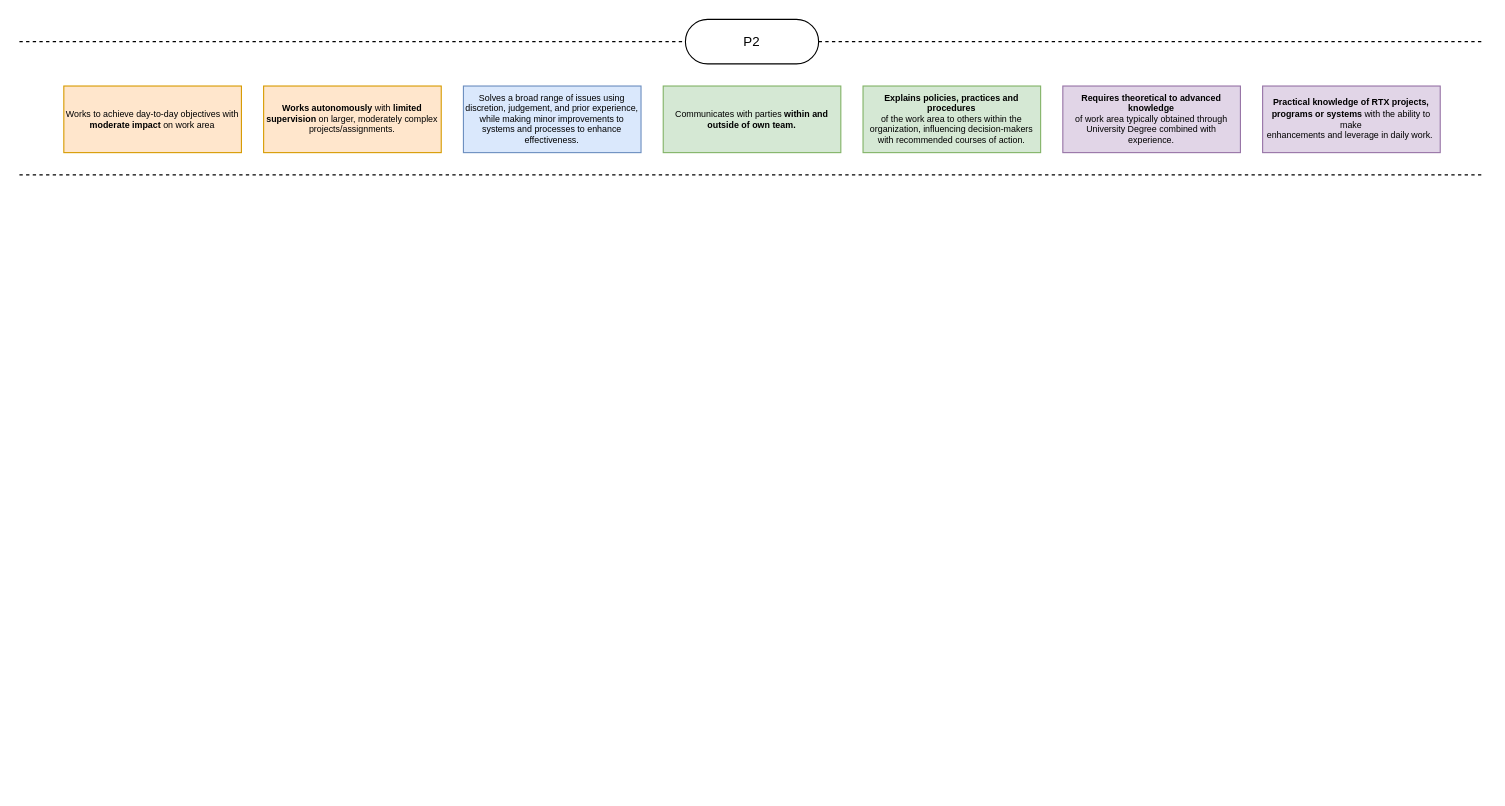
The draw.io diagram IDP.drawio in blythdsabl/drawio, before the edit. Source tidied: cells renumbered, new cells numbered last; positions are measured from the earlier drawing's top-left corner, leaving out a move shared by most shapes. Both pictures are drawn from the tidied source at 111%, with x=0, y=0 at pixel (19, 19).
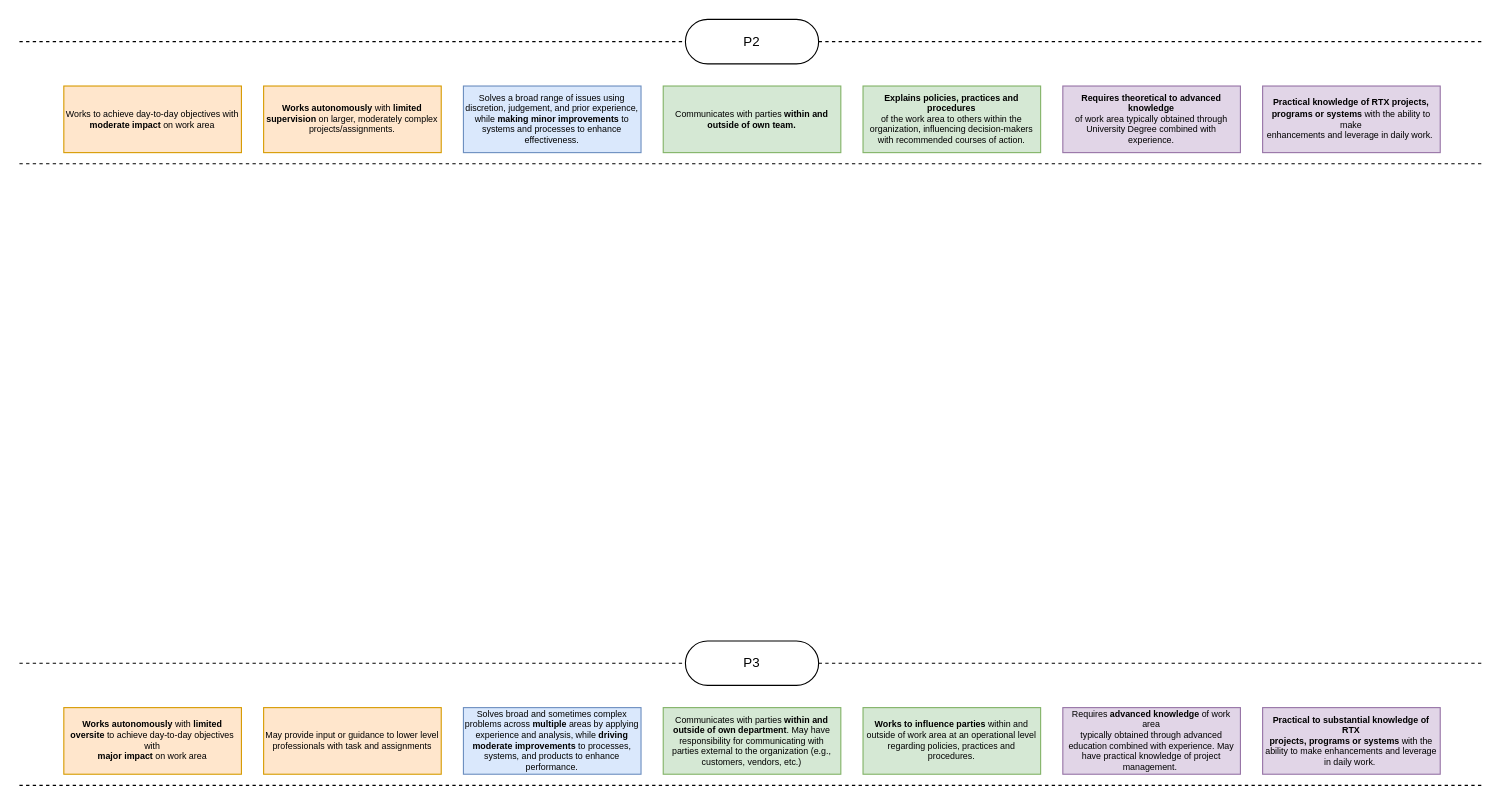
The same diagram, later.

Change to the diagram source:
```diff
@@
-    <mxCell id="4" value="Solves a broad range of issues using discretion, judgement, and prior experience, while making minor improvements to systems and processes to enhance effectiveness." style="rounded=0;whiteSpace=wrap;html=1;fontSize=8;fillColor=#dae8fc;strokeColor=#6c8ebf;" parent="1" vertex="1">
+    <mxCell id="4" value="Solves a broad range of issues using discretion, judgement, and prior experience, while &lt;b&gt;making minor improvements&lt;/b&gt; to systems and processes to enhance effectiveness." style="rounded=0;whiteSpace=wrap;html=1;fontSize=8;fillColor=#dae8fc;strokeColor=#6c8ebf;" parent="1" vertex="1">
       <mxGeometry x="400" y="60" width="160" height="60" as="geometry" />
     </mxCell>
@@
     <mxCell id="10" style="endArrow=none;dashed=1;html=1;rounded=0;" parent="1" edge="1">
       <mxGeometry relative="1" as="geometry">
-        <mxPoint y="140" as="sourcePoint" />
-        <mxPoint x="1320" y="140" as="targetPoint" />
+        <mxPoint y="130" as="sourcePoint" />
+        <mxPoint x="1320" y="130" as="targetPoint" />
       </mxGeometry>
     </mxCell>
@@
+    <mxCell id="13" value="&lt;b&gt;Works autonomously&lt;/b&gt; with &lt;b&gt;limited&lt;br&gt;oversite&amp;nbsp;&lt;/b&gt;to achieve day-to-day objectives with&lt;br&gt;&lt;b&gt;major impact&lt;/b&gt; on work area" style="rounded=0;whiteSpace=wrap;html=1;fontSize=8;fillColor=#ffe6cc;strokeColor=#d79b00;" parent="1" vertex="1">
+      <mxGeometry x="40" y="620" width="160" height="60" as="geometry" />
+    </mxCell>
+    <mxCell id="14" style="endArrow=none;dashed=1;html=1;rounded=0;" parent="1" edge="1" source="17">
+      <mxGeometry relative="1" as="geometry">
+        <mxPoint x="1320" y="580" as="targetPoint" />
+      </mxGeometry>
+    </mxCell>
+    <mxCell id="15" style="endArrow=none;dashed=1;html=1;rounded=0;" parent="1" edge="1">
+      <mxGeometry relative="1" as="geometry">
+        <mxPoint y="690" as="sourcePoint" />
+        <mxPoint x="1320" y="690" as="targetPoint" />
+      </mxGeometry>
+    </mxCell>
+    <mxCell id="16" style="endArrow=none;dashed=1;html=1;rounded=0;" parent="1" edge="1" target="17">
+      <mxGeometry relative="1" as="geometry">
+        <mxPoint y="580" as="sourcePoint" />
+      </mxGeometry>
+    </mxCell>
+    <mxCell id="17" value="P3" style="rounded=1;whiteSpace=wrap;html=1;arcSize=50;" parent="1" vertex="1">
+      <mxGeometry x="600" y="560" width="120" height="40" as="geometry" />
+    </mxCell>
+    <mxCell id="18" value="May provide input or guidance to lower level professionals with task and assignments" style="rounded=0;whiteSpace=wrap;html=1;fontSize=8;fillColor=#ffe6cc;strokeColor=#d79b00;" parent="1" vertex="1">
+      <mxGeometry x="220" y="620" width="160" height="60" as="geometry" />
+    </mxCell>
+    <mxCell id="19" value="&lt;div class=&quot;qMYqUG_convSearchResultHighlightRoot&quot;&gt;&lt;div class=&quot;&quot;&gt;&lt;section class=&quot;text-token-text-primary w-full focus:outline-none has-data-writing-block:pointer-events-none [&amp;amp;:has([data-writing-block])&amp;gt;*]:pointer-events-auto R6Vx5W_threadScrollVars scroll-mb-[calc(var(--scroll-root-safe-area-inset-bottom,0px)+var(--thread-response-height))] scroll-mt-[calc(var(--header-height)+min(200px,max(70px,20svh)))]&quot; dir=&quot;auto&quot;&gt;&lt;div class=&quot;text-base my-auto mx-auto pb-10 [--thread-content-margin:var(--thread-content-margin-xs,calc(var(--spacing)*4))] @w-sm/main:[--thread-content-margin:var(--thread-content-margin-sm,calc(var(--spacing)*6))] @w-lg/main:[--thread-content-margin:var(--thread-content-margin-lg,calc(var(--spacing)*16))] px-(--thread-content-margin)&quot;&gt;&lt;div class=&quot;[--thread-content-max-width:40rem] @w-lg/main:[--thread-content-max-width:48rem] mx-auto max-w-(--thread-content-max-width) flex-1 group/turn-messages focus-visible:outline-hidden relative flex w-full min-w-0 flex-col agent-turn&quot;&gt;&lt;div class=&quot;flex max-w-full flex-col gap-4 grow&quot;&gt;&lt;div dir=&quot;auto&quot; tabindex=&quot;0&quot; class=&quot;min-h-8 text-message relative flex w-full flex-col items-end gap-2 text-start break-words whitespace-normal outline-none keyboard-focused:focus-ring [.text-message+&amp;amp;]:mt-1&quot;&gt;&lt;div class=&quot;flex w-full flex-col gap-1 empty:hidden&quot;&gt;&lt;div class=&quot;markdown prose dark:prose-invert wrap-break-word w-full dark markdown-new-styling&quot;&gt;&lt;p&gt;Solves broad and sometimes complex problems across &lt;b&gt;multiple &lt;/b&gt;areas by applying experience and analysis, while &lt;b&gt;driving moderate improvements&lt;/b&gt; to processes, systems, and products to enhance performance.&lt;/p&gt;&lt;/div&gt;&lt;/div&gt;&lt;/div&gt;&lt;/div&gt;&lt;div class=&quot;z-0 flex min-h-[46px] justify-start&quot;&gt;&lt;/div&gt;&lt;div class=&quot;mt-3 w-full empty:hidden&quot;&gt;&lt;div class=&quot;text-center&quot;&gt;&lt;/div&gt;&lt;/div&gt;&lt;/div&gt;&lt;/div&gt;&lt;/section&gt;&lt;/div&gt;&lt;/div&gt;&lt;div aria-hidden=&quot;true&quot; class=&quot;pointer-events-none -mt-px h-px translate-y-[calc(var(--scroll-root-safe-area-inset-bottom)-14*var(--spacing))]&quot;&gt;&lt;/div&gt;" style="rounded=0;whiteSpace=wrap;html=1;fontSize=8;fillColor=#dae8fc;strokeColor=#6c8ebf;" parent="1" vertex="1">
+      <mxGeometry x="400" y="620" width="160" height="60" as="geometry" />
+    </mxCell>
+    <mxCell id="20" value="Communicates with parties &lt;b&gt;within and&lt;br&gt;outside of own department&lt;/b&gt;. May have&lt;br&gt;responsibility for communicating with&lt;br&gt;parties external to the organization (e.g.,&lt;br&gt;customers, vendors, etc.)" style="rounded=0;whiteSpace=wrap;html=1;fontSize=8;fillColor=#d5e8d4;strokeColor=#82b366;" parent="1" vertex="1">
+      <mxGeometry x="580" y="620" width="160" height="60" as="geometry" />
+    </mxCell>
+    <mxCell id="21" value="&lt;b&gt;Works to influence parties&lt;/b&gt; within and&lt;br/&gt;outside of work area at an operational level&lt;br/&gt;regarding policies, practices and procedures." style="rounded=0;whiteSpace=wrap;html=1;fontSize=8;fillColor=#d5e8d4;strokeColor=#82b366;" parent="1" vertex="1">
+      <mxGeometry x="760" y="620" width="160" height="60" as="geometry" />
+    </mxCell>
+    <mxCell id="22" value="Requires &lt;b&gt;advanced knowledge&lt;/b&gt; of work area&lt;br/&gt;typically obtained through advanced&lt;br/&gt;education combined with experience. May&lt;br/&gt;have practical knowledge of project&lt;br/&gt;management.&amp;nbsp;" style="rounded=0;whiteSpace=wrap;html=1;fontSize=8;fillColor=#e1d5e7;strokeColor=#9673a6;" parent="1" vertex="1">
+      <mxGeometry x="940" y="620" width="160" height="60" as="geometry" />
+    </mxCell>
+    <mxCell id="23" value="&lt;b&gt;Practical to substantial knowledge of RTX&lt;br/&gt;projects, programs or systems&lt;/b&gt; with the&lt;br/&gt;ability to make enhancements and leverage&lt;br/&gt;in daily work.&amp;nbsp;" style="rounded=0;whiteSpace=wrap;html=1;fontSize=8;fillColor=#e1d5e7;strokeColor=#9673a6;" parent="1" vertex="1">
+      <mxGeometry x="1120" y="620" width="160" height="60" as="geometry" />
+    </mxCell>
```
